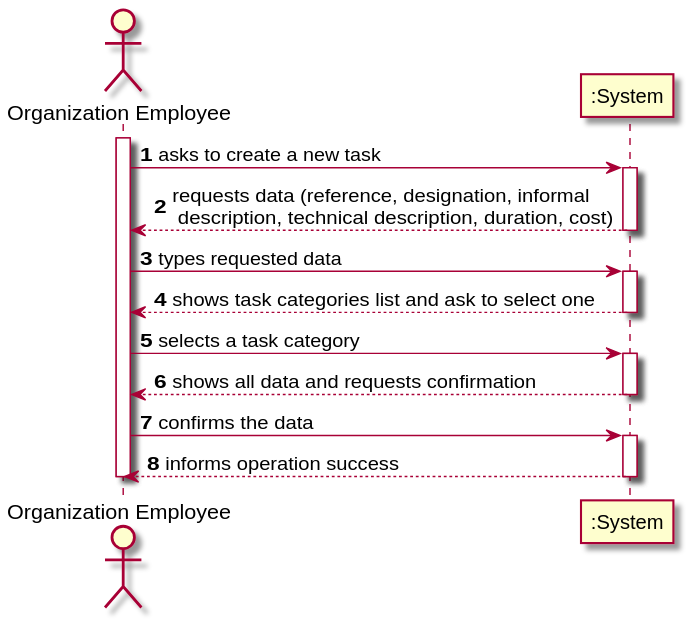
This is docs/SprintC/US02/SSD/US02_SSD.svg from miseEnPlace-i/lapr2, a PlantUML export, as it was before one commit.
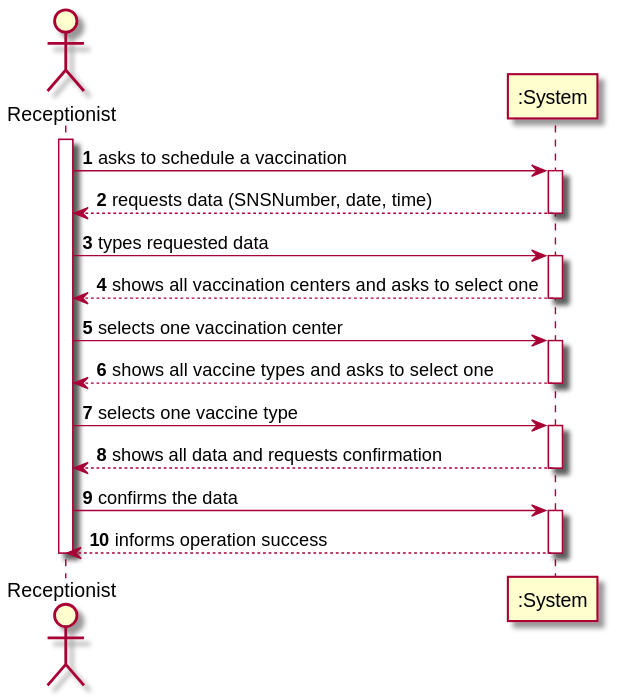
After the change.

Change to the diagram source:
```diff
@@ -1,28 +1,32 @@
-@startuml
+@startuml US02_SSD
 autonumber
-actor "Organization Employee" as OE
+actor "Receptionist" as Recept
 
-activate OE
-OE -> ":System" : asks to create a new task
+activate Recept
+Recept -> ":System" : asks to schedule a vaccination
 activate ":System"
-":System" --> OE : requests data (reference, designation,  informal \n description, technical description, duration, cost)
+":System" --> Recept : requests data (SNSNumber, date, time)
+deactivate ":System"
+Recept -> ":System" : types requested data
+activate ":System"
+
+":System" --> Recept : shows all vaccination centers and asks to select one
+deactivate ":System"
+Recept -> ":System" : selects one vaccination center
+activate ":System"
+
+":System" --> Recept : shows all vaccine types and asks to select one
+deactivate ":System"
+Recept -> ":System" : selects one vaccine type
+activate ":System"
+
+":System" --> Recept : shows all data and requests confirmation
+deactivate ":System"
+Recept -> ":System" : confirms the data
+activate ":System"
+":System" --> Recept : informs operation success
 deactivate ":System"
 
-OE -> ":System" : types requested data
-activate ":System"
-":System" --> OE : shows task categories list and ask to select one
-deactivate ":System"
-
-OE -> ":System" : selects a task category
-activate ":System"
-":System" --> OE : shows all data and requests confirmation
-deactivate ":System"
-
-OE -> ":System" : confirms the data
-activate ":System"
-":System" --> OE : informs operation success
-deactivate ":System"
-
-deactivate OE
+deactivate Recept
 
 @enduml
```
